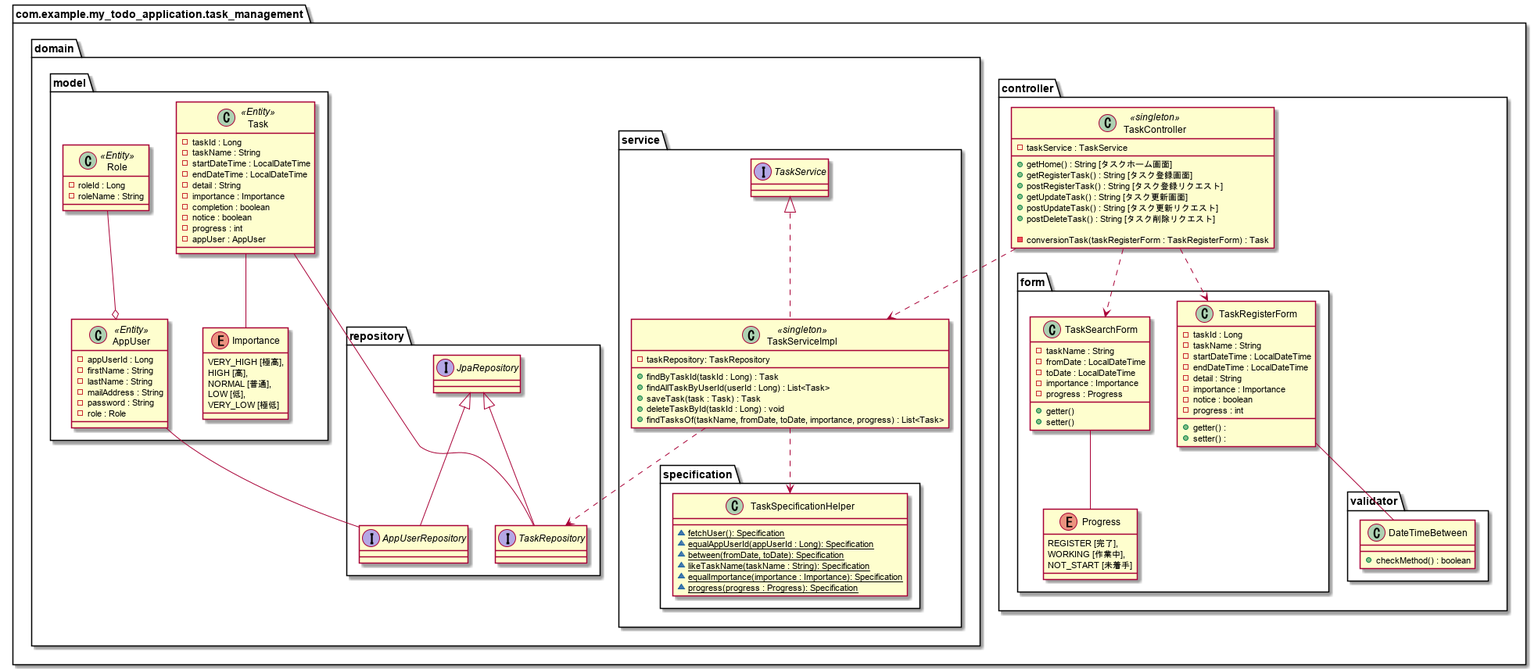
This is plantuml/task_relation_class.png from yasusi-1234/my_todo_application, a PlantUML export, as it was before one commit. Source of this version:
```plantuml
@startuml

package com.example.my_todo_application.task_management{

    package controller{
        class TaskController <<singleton>>{
            - taskService : TaskService

            + getHome() : String [タスクホーム画面]
            + getRegisterTask() : String [タスク登録画面]
            + postRegisterTask() : String [タスク登録リクエスト]
            + getUpdateTask() : String [タスク更新画面]
            + postUpdateTask() : String [タスク更新リクエスト]
            + postDeleteTask() : String [タスク削除リクエスト]

            - conversionTask(taskRegisterForm : TaskRegisterForm) : Task
        }
        package form{
            class TaskRegisterForm{
                - taskId : Long
                - taskName : String
                - startDateTime : LocalDateTime
                - endDateTime : LocalDateTime
                - detail : String
                - importance : Importance
                - notice : boolean
                - progress : int

                + getter() :
                + setter() :
            }

            class TaskSearchForm{
                - taskName : String
                - fromDate : LocalDateTime
                - toDate : LocalDateTime
                - importance : Importance
                - progress : Progress

                + getter()
                + setter()
            }

            enum Progress {
                REGISTER [完了],
                WORKING [作業中],
                NOT_START [未着手]

            }
        }

        package validator{
            class DateTimeBetween{
                + checkMethod() : boolean
            }
        }
    }

    package domain{
        package service{
            interface TaskService{}

            class TaskServiceImpl <<singleton>> implements TaskService{
                - taskRepository: TaskRepository

                + findByTaskId(taskId : Long) : Task
                + findAllTaskByUserId(userId : Long) : List<Task>
                + saveTask(task : Task) : Task
                + deleteTaskById(taskId : Long) : void
                + findTasksOf(taskName, fromDate, toDate, importance, progress) : List<Task>
            }

            package specification{
                class TaskSpecificationHelper{
                    ~ {static} fetchUser(): Specification
                    ~ {static} equalAppUserId(appUserId : Long): Specification
                    ~ {static} between(fromDate, toDate): Specification
                    ~ {static} likeTaskName(taskName : String): Specification
                    ~ {static} equalImportance(importance : Importance): Specification
                    ~ {static} progress(progress : Progress): Specification
                }
            }
        }

        package repository{
            interface TaskRepository extends JpaRepository{

            }

            interface AppUserRepository extends JpaRepository{

            }
        }

        package model {
            class Role <<Entity>>{
                - roleId : Long
                - roleName : String
            }

            class AppUser <<Entity>>{
                - appUserId : Long
                - firstName : String
                - lastName : String
                - mailAddress : String
                - password : String
                - role : Role
            }

            class Task <<Entity>>{
                - taskId : Long
                - taskName : String
                - startDateTime : LocalDateTime
                - endDateTime : LocalDateTime
                - detail : String
                - importance : Importance
                - completion : boolean
                - notice : boolean
                - progress : int
                - appUser : AppUser
            }

            enum Importance{
                VERY_HIGH [極高],
                HIGH [高],
                NORMAL [普通],
                LOW [低],
                VERY_LOW [極低]
            }

        }
    }
}

Role --o AppUser
Task -- TaskRepository
Task -- Importance
AppUser -- AppUserRepository

TaskServiceImpl ..> TaskRepository
TaskServiceImpl ..> TaskSpecificationHelper

TaskController ..> TaskServiceImpl
TaskController ..> TaskRegisterForm
TaskController ..> TaskSearchForm

TaskSearchForm -- Progress

TaskRegisterForm -- DateTimeBetween

@enduml
```
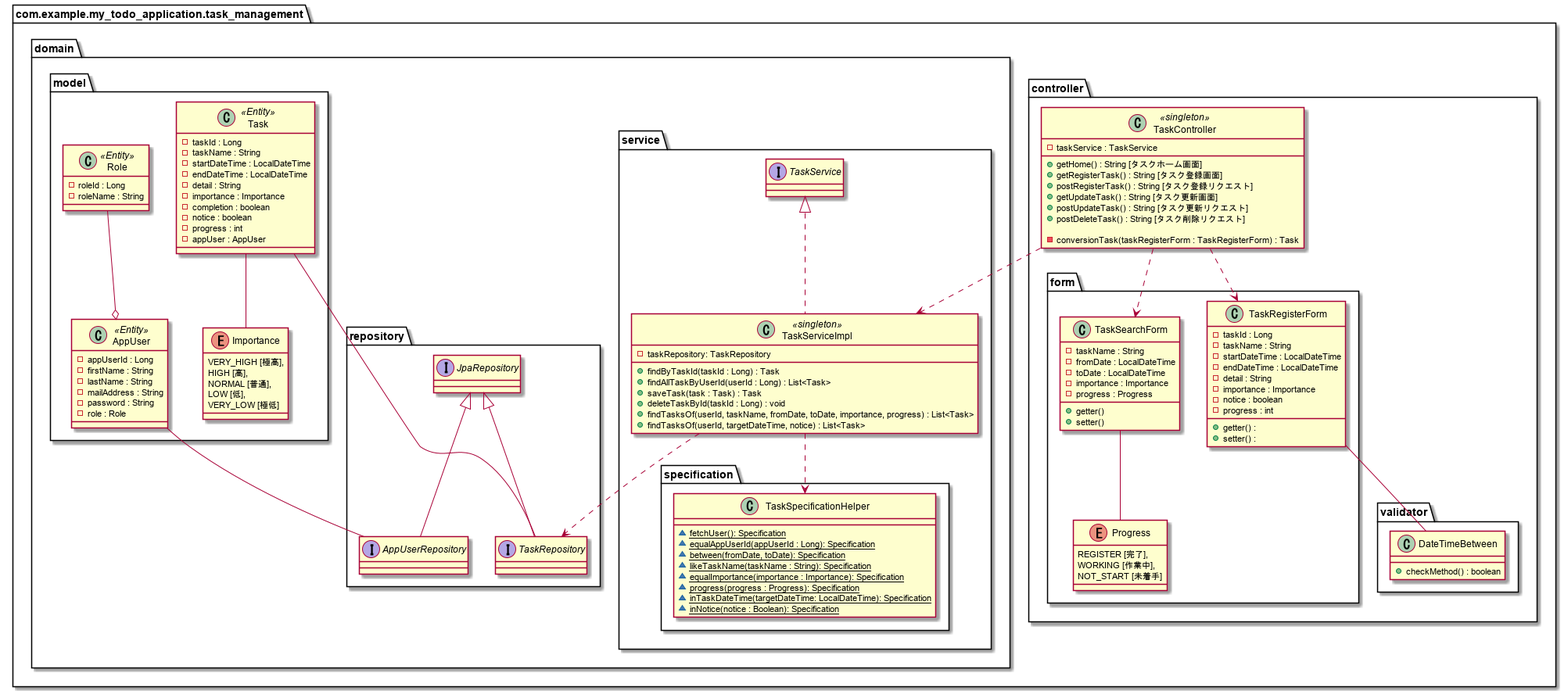
The same diagram one commit later.

Commit message:
taskServiceクラスのメソッドの追記

taskSpecificationクラスのメソッドの追記

Diff of the diagram source:
```diff
@@ -67,7 +67,8 @@
                 + findAllTaskByUserId(userId : Long) : List<Task>
                 + saveTask(task : Task) : Task
                 + deleteTaskById(taskId : Long) : void
-                + findTasksOf(taskName, fromDate, toDate, importance, progress) : List<Task>
+                + findTasksOf(userId, taskName, fromDate, toDate, importance, progress) : List<Task>
+                + findTasksOf(userId, targetDateTime, notice) : List<Task>
             }
 
             package specification{
@@ -78,6 +79,8 @@
                     ~ {static} likeTaskName(taskName : String): Specification
                     ~ {static} equalImportance(importance : Importance): Specification
                     ~ {static} progress(progress : Progress): Specification
+                    ~ {static} inTaskDateTime(targetDateTime: LocalDateTime): Specification
+                    ~ {static} inNotice(notice : Boolean): Specification
                 }
             }
         }
```
